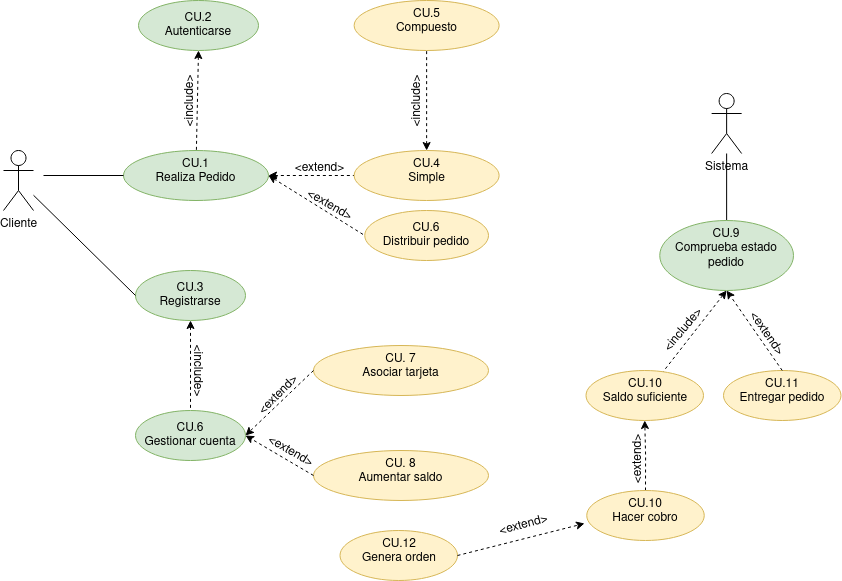
This is Tareas/casosUso/Tarea5-Tienda Virtual/TiendaVirtual.drawio.png from colidom/ets, a draw.io export, as it was before one commit. Source tidied: cells renumbered, new cells last; positions are measured from the earlier drawing's top-left corner, leaving out a move shared by most shapes.
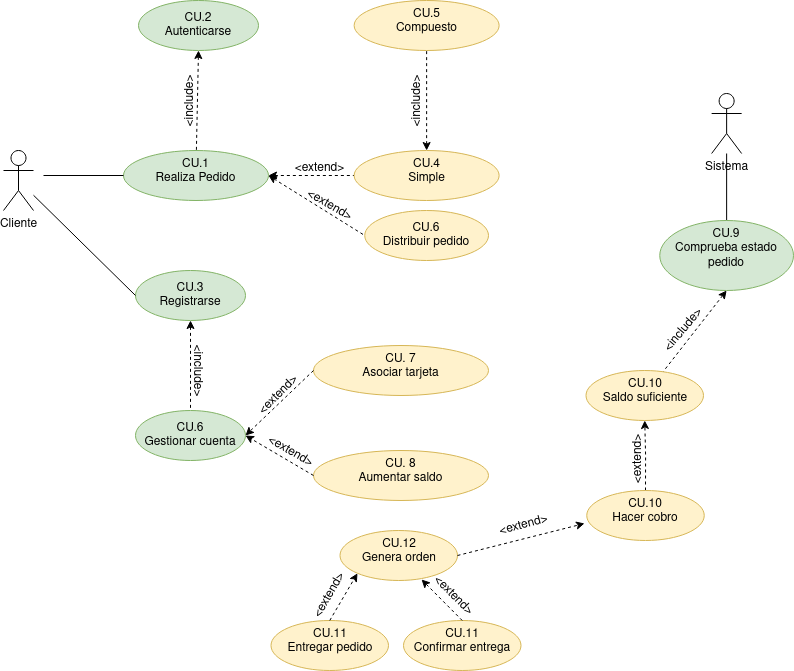
Later version of the same file.

Diff of the diagram source:
```diff
@@ -91,16 +91,16 @@
       <mxGeometry x="582.5" y="370" width="117.5" height="50" as="geometry" />
     </mxCell>
     <mxCell id="30" value="CU.11&lt;br&gt;Entregar pedido" style="ellipse;whiteSpace=wrap;html=1;verticalAlign=top;fillColor=#fff2cc;strokeColor=#d6b656;" parent="1" vertex="1">
-      <mxGeometry x="720" y="370" width="117.5" height="50" as="geometry" />
+      <mxGeometry x="267.5" y="620" width="117.5" height="50" as="geometry" />
     </mxCell>
-    <mxCell id="31" style="endArrow=classic;html=1;rounded=0;exitX=0.5;exitY=0;exitDx=0;exitDy=0;dashed=1;entryX=0.5;entryY=1;entryDx=0;entryDy=0;" parent="1" edge="1" source="30" target="28">
+    <mxCell id="31" style="endArrow=classic;html=1;rounded=0;exitX=0.5;exitY=0;exitDx=0;exitDy=0;dashed=1;entryX=0;entryY=1;entryDx=0;entryDy=0;" parent="1" edge="1" source="30" target="37">
       <mxGeometry relative="1" as="geometry" />
     </mxCell>
     <mxCell id="32" value="&amp;lt;include&amp;gt;" style="text;html=1;align=center;verticalAlign=middle;strokeColor=none;fillColor=none;rotation=-50;" parent="1" vertex="1">
       <mxGeometry x="640" y="315" width="80" height="30" as="geometry" />
     </mxCell>
-    <mxCell id="33" value="&amp;lt;extend&amp;gt;" style="text;html=1;align=center;verticalAlign=middle;strokeColor=none;fillColor=none;rotation=55;" parent="1" vertex="1">
-      <mxGeometry x="728" y="318" width="70" height="30" as="geometry" />
+    <mxCell id="33" value="&amp;lt;extend&amp;gt;" style="text;html=1;align=center;verticalAlign=middle;strokeColor=none;fillColor=none;rotation=45;" parent="1" vertex="1">
+      <mxGeometry x="415" y="580" width="70" height="30" as="geometry" />
     </mxCell>
     <mxCell id="34" value="CU.6&lt;br&gt;Distribuir pedido" style="ellipse;whiteSpace=wrap;html=1;fillColor=#fff2cc;strokeColor=#d6b656;" parent="1" vertex="1">
       <mxGeometry x="361.2" y="210" width="123.8" height="50" as="geometry" />
@@ -132,5 +132,14 @@
     <mxCell id="43" value="&amp;lt;extend&amp;gt;" style="text;html=1;align=center;verticalAlign=middle;strokeColor=none;fillColor=none;rotation=-90;" parent="1" vertex="1">
       <mxGeometry x="600" y="444" width="70" height="30" as="geometry" />
     </mxCell>
+    <mxCell id="44" value="&lt;div&gt;CU.11&lt;/div&gt;&lt;div&gt;Confirmar entrega&lt;br&gt;&lt;/div&gt;" style="ellipse;whiteSpace=wrap;html=1;verticalAlign=top;fillColor=#fff2cc;strokeColor=#d6b656;" parent="1" vertex="1">
+      <mxGeometry x="400" y="620" width="117.5" height="50" as="geometry" />
+    </mxCell>
+    <mxCell id="45" style="endArrow=classic;html=1;rounded=0;exitX=0.5;exitY=0;exitDx=0;exitDy=0;dashed=1;entryX=0.694;entryY=0.98;entryDx=0;entryDy=0;entryPerimeter=0;" parent="1" edge="1" source="44" target="37">
+      <mxGeometry relative="1" as="geometry" />
+    </mxCell>
+    <mxCell id="46" value="&amp;lt;extend&amp;gt;" style="text;html=1;align=center;verticalAlign=middle;strokeColor=none;fillColor=none;rotation=-60;" parent="1" vertex="1">
+      <mxGeometry x="291.2" y="580" width="70" height="30" as="geometry" />
+    </mxCell>
   </root>
 </mxGraphModel>
```
